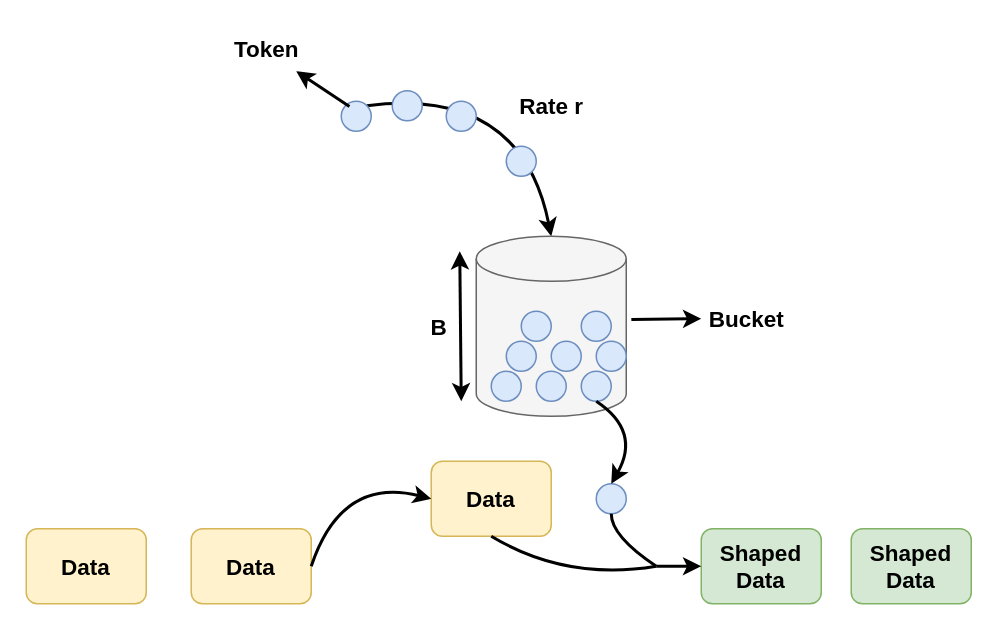
Earlier version of the draw.io diagram thesis/drawio/token.drawio (studhascja/Masterthesis). Source tidied: cells renumbered, new cells numbered last; positions are measured from the earlier drawing's top-left corner, leaving out a move shared by most shapes. Both pictures are drawn from the tidied source at 150%, with x=0, y=0 at pixel (26, 26).
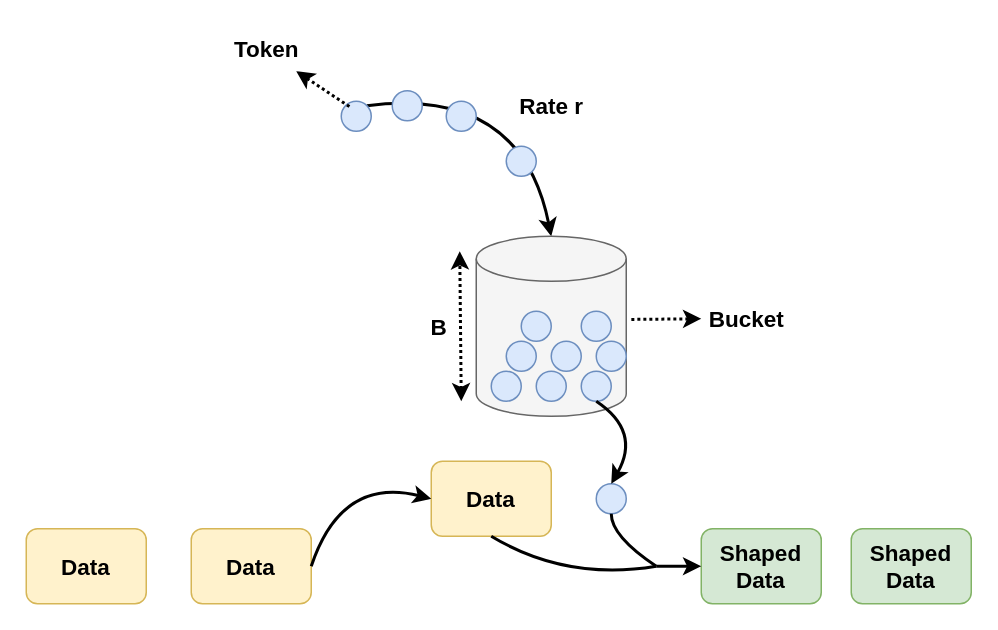
The same page after the edit.

Unchanged cells that the change refers to:
```xml
<mxCell id="8" style="shape=cylinder3;whiteSpace=wrap;html=1;boundedLbl=1;backgroundOutline=1;size=15;fillColor=#f5f5f5;fontColor=#333333;strokeColor=#666666;fontSize=15;fontStyle=1;" parent="1" vertex="1">
  <mxGeometry x="300" y="140" width="100" height="120" as="geometry" />
</mxCell>
<mxCell id="18" style="ellipse;whiteSpace=wrap;html=1;fillColor=#dae8fc;strokeColor=#6c8ebf;fontSize=15;fontStyle=1;" parent="1" vertex="1">
  <mxGeometry x="210" y="50" width="20" height="20" as="geometry" />
</mxCell>
```

The edit, as a diff of the source:
```diff
@@
-    <mxCell id="23" style="endArrow=classic;startArrow=classic;html=1;rounded=0;fontSize=15;fontStyle=1;strokeWidth=2;" parent="1" edge="1">
+    <mxCell id="23" style="endArrow=classic;startArrow=classic;html=1;rounded=0;fontSize=15;fontStyle=1;strokeWidth=2;dashed=1;dashPattern=1 1;" parent="1" edge="1">
       <mxGeometry relative="1" as="geometry">
         <mxPoint x="290" y="250" as="sourcePoint" />
         <mxPoint x="289" y="150" as="targetPoint" />
       </mxGeometry>
     </mxCell>
@@
-    <mxCell id="31" style="endArrow=classic;html=1;rounded=0;exitX=0.273;exitY=0.179;exitDx=0;exitDy=0;exitPerimeter=0;strokeWidth=2;" parent="1" edge="1" source="18">
+    <mxCell id="31" style="endArrow=classic;html=1;rounded=0;exitX=0.273;exitY=0.179;exitDx=0;exitDy=0;exitPerimeter=0;strokeWidth=2;dashed=1;dashPattern=1 1;" parent="1" edge="1" source="18">
       <mxGeometry relative="1" as="geometry">
         <mxPoint x="180" y="30" as="targetPoint" />
       </mxGeometry>
     </mxCell>
-    <mxCell id="32" style="endArrow=classic;html=1;rounded=0;exitX=1.034;exitY=0.462;exitDx=0;exitDy=0;exitPerimeter=0;strokeWidth=2;" parent="1" edge="1" source="8">
+    <mxCell id="32" style="endArrow=classic;html=1;rounded=0;exitX=1.034;exitY=0.462;exitDx=0;exitDy=0;exitPerimeter=0;strokeWidth=2;dashed=1;dashPattern=1 1;" parent="1" edge="1" source="8">
       <mxGeometry relative="1" as="geometry">
         <mxPoint x="450" y="195" as="targetPoint" />
       </mxGeometry>
     </mxCell>
```
